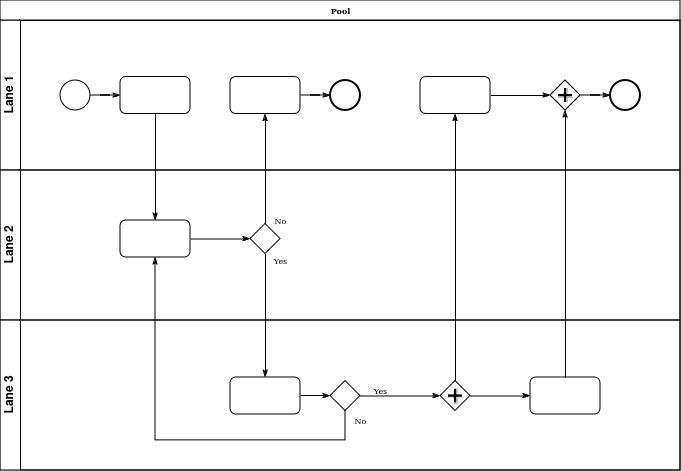
Meharaj-thoufik/Quality-Candidate-Recruit keeps this draw.io diagram as BPMN/Untitled Diagram.drawio.png. Above is the earlier version. Source tidied: cells renumbered, new cells last; positions are measured from the earlier drawing's top-left corner, leaving out a move shared by most shapes. The source it was exported from:
```xml
<mxGraphModel>
  <root>
    <mxCell id="0" />
    <mxCell id="1" parent="0" />
    <mxCell id="2" value="Pool" style="swimlane;html=1;horizontal=1;startSize=20;rounded=0;shadow=0;labelBackgroundColor=none;strokeWidth=1;fontFamily=Verdana;fontSize=8;align=center;" parent="1" vertex="1">
      <mxGeometry width="680" height="470" as="geometry" />
    </mxCell>
    <mxCell id="3" value="Lane 1" style="swimlane;html=1;startSize=20;horizontal=0;" parent="2" vertex="1">
      <mxGeometry y="20" width="680" height="150" as="geometry" />
    </mxCell>
    <mxCell id="4" style="edgeStyle=orthogonalEdgeStyle;rounded=0;html=1;labelBackgroundColor=none;startArrow=none;startFill=0;startSize=5;endArrow=classicThin;endFill=1;endSize=5;jettySize=auto;strokeWidth=1;fontFamily=Verdana;fontSize=8;" parent="3" edge="1" source="5" target="6">
      <mxGeometry relative="1" as="geometry" />
    </mxCell>
    <mxCell id="5" style="ellipse;whiteSpace=wrap;html=1;rounded=0;shadow=0;labelBackgroundColor=none;strokeWidth=1;fontFamily=Verdana;fontSize=8;align=center;" parent="3" vertex="1">
      <mxGeometry x="60" y="60" width="30" height="30" as="geometry" />
    </mxCell>
    <mxCell id="6" style="rounded=1;whiteSpace=wrap;html=1;shadow=0;labelBackgroundColor=none;strokeWidth=1;fontFamily=Verdana;fontSize=8;align=center;" parent="3" vertex="1">
      <mxGeometry x="120" y="56.5" width="70" height="37" as="geometry" />
    </mxCell>
    <mxCell id="7" style="edgeStyle=orthogonalEdgeStyle;rounded=0;html=1;labelBackgroundColor=none;startArrow=none;startFill=0;startSize=5;endArrow=classicThin;endFill=1;endSize=5;jettySize=auto;strokeWidth=1;fontFamily=Verdana;fontSize=8;" parent="3" edge="1" source="8" target="9">
      <mxGeometry relative="1" as="geometry" />
    </mxCell>
    <mxCell id="8" style="rounded=1;whiteSpace=wrap;html=1;shadow=0;labelBackgroundColor=none;strokeWidth=1;fontFamily=Verdana;fontSize=8;align=center;" parent="3" vertex="1">
      <mxGeometry x="230" y="56.5" width="70" height="37" as="geometry" />
    </mxCell>
    <mxCell id="9" style="ellipse;whiteSpace=wrap;html=1;rounded=0;shadow=0;labelBackgroundColor=none;strokeWidth=2;fontFamily=Verdana;fontSize=8;align=center;" parent="3" vertex="1">
      <mxGeometry x="330" y="60" width="30" height="30" as="geometry" />
    </mxCell>
    <mxCell id="10" style="edgeStyle=orthogonalEdgeStyle;rounded=0;html=1;entryX=0;entryY=0.5;labelBackgroundColor=none;startArrow=none;startFill=0;startSize=5;endArrow=classicThin;endFill=1;endSize=5;jettySize=auto;strokeWidth=1;fontFamily=Verdana;fontSize=8;" parent="3" edge="1" source="11" target="13">
      <mxGeometry relative="1" as="geometry" />
    </mxCell>
    <mxCell id="11" style="rounded=1;whiteSpace=wrap;html=1;shadow=0;labelBackgroundColor=none;strokeWidth=1;fontFamily=Verdana;fontSize=8;align=center;" parent="3" vertex="1">
      <mxGeometry x="420" y="56.5" width="70" height="37" as="geometry" />
    </mxCell>
    <mxCell id="12" style="edgeStyle=orthogonalEdgeStyle;rounded=0;html=1;labelBackgroundColor=none;startArrow=none;startFill=0;startSize=5;endArrow=classicThin;endFill=1;endSize=5;jettySize=auto;strokeWidth=1;fontFamily=Verdana;fontSize=8;" parent="3" edge="1" source="13" target="14">
      <mxGeometry relative="1" as="geometry" />
    </mxCell>
    <mxCell id="13" style="shape=mxgraph.bpmn.shape;html=1;verticalLabelPosition=bottom;labelBackgroundColor=#ffffff;verticalAlign=top;perimeter=rhombusPerimeter;background=gateway;outline=none;symbol=parallelGw;rounded=1;shadow=0;strokeWidth=1;fontFamily=Verdana;fontSize=8;align=center;" parent="3" vertex="1">
      <mxGeometry x="550" y="60" width="30" height="30" as="geometry" />
    </mxCell>
    <mxCell id="14" style="ellipse;whiteSpace=wrap;html=1;rounded=0;shadow=0;labelBackgroundColor=none;strokeWidth=2;fontFamily=Verdana;fontSize=8;align=center;" parent="3" vertex="1">
      <mxGeometry x="610" y="60" width="30" height="30" as="geometry" />
    </mxCell>
    <mxCell id="15" value="Lane 2" style="swimlane;html=1;startSize=20;horizontal=0;" parent="2" vertex="1">
      <mxGeometry y="170" width="680" height="150" as="geometry" />
    </mxCell>
    <mxCell id="16" style="edgeStyle=orthogonalEdgeStyle;rounded=0;html=1;labelBackgroundColor=none;startArrow=none;startFill=0;startSize=5;endArrow=classicThin;endFill=1;endSize=5;jettySize=auto;strokeWidth=1;fontFamily=Verdana;fontSize=8;" parent="15" edge="1" source="17" target="18">
      <mxGeometry relative="1" as="geometry" />
    </mxCell>
    <mxCell id="17" style="rounded=1;whiteSpace=wrap;html=1;shadow=0;labelBackgroundColor=none;strokeWidth=1;fontFamily=Verdana;fontSize=8;align=center;" parent="15" vertex="1">
      <mxGeometry x="120" y="50" width="70" height="37" as="geometry" />
    </mxCell>
    <mxCell id="18" style="strokeWidth=1;html=1;shape=mxgraph.flowchart.decision;whiteSpace=wrap;rounded=1;shadow=0;labelBackgroundColor=none;fontFamily=Verdana;fontSize=8;align=center;" parent="15" vertex="1">
      <mxGeometry x="250" y="53.5" width="30" height="30" as="geometry" />
    </mxCell>
    <mxCell id="19" value="Lane 3" style="swimlane;html=1;startSize=20;horizontal=0;" parent="2" vertex="1">
      <mxGeometry y="320" width="680" height="150" as="geometry" />
    </mxCell>
    <mxCell id="20" style="edgeStyle=orthogonalEdgeStyle;rounded=0;html=1;labelBackgroundColor=none;startArrow=none;startFill=0;startSize=5;endArrow=classicThin;endFill=1;endSize=5;jettySize=auto;strokeWidth=1;fontFamily=Verdana;fontSize=8;" parent="19" edge="1" source="21" target="23">
      <mxGeometry relative="1" as="geometry" />
    </mxCell>
    <mxCell id="21" style="rounded=1;whiteSpace=wrap;html=1;shadow=0;labelBackgroundColor=none;strokeWidth=1;fontFamily=Verdana;fontSize=8;align=center;" parent="19" vertex="1">
      <mxGeometry x="230" y="57" width="70" height="37" as="geometry" />
    </mxCell>
    <mxCell id="22" value="Yes" style="edgeStyle=orthogonalEdgeStyle;rounded=0;html=1;entryX=0;entryY=0.5;labelBackgroundColor=none;startArrow=none;startFill=0;startSize=5;endArrow=classicThin;endFill=1;endSize=5;jettySize=auto;strokeWidth=1;fontFamily=Verdana;fontSize=8;" parent="19" edge="1" source="23" target="25">
      <mxGeometry x="-0.5" y="6" relative="1" as="geometry" />
    </mxCell>
    <mxCell id="23" style="strokeWidth=1;html=1;shape=mxgraph.flowchart.decision;whiteSpace=wrap;rounded=1;shadow=0;labelBackgroundColor=none;fontFamily=Verdana;fontSize=8;align=center;" parent="19" vertex="1">
      <mxGeometry x="330" y="60.5" width="30" height="30" as="geometry" />
    </mxCell>
    <mxCell id="24" style="edgeStyle=orthogonalEdgeStyle;rounded=0;html=1;labelBackgroundColor=none;startArrow=none;startFill=0;startSize=5;endArrow=classicThin;endFill=1;endSize=5;jettySize=auto;strokeColor=#000000;strokeWidth=1;fontFamily=Verdana;fontSize=8;fontColor=#000000;" parent="19" edge="1" source="25" target="26">
      <mxGeometry relative="1" as="geometry" />
    </mxCell>
    <mxCell id="25" style="shape=mxgraph.bpmn.shape;html=1;verticalLabelPosition=bottom;labelBackgroundColor=#ffffff;verticalAlign=top;perimeter=rhombusPerimeter;background=gateway;outline=none;symbol=parallelGw;rounded=1;shadow=0;strokeWidth=1;fontFamily=Verdana;fontSize=8;align=center;" parent="19" vertex="1">
      <mxGeometry x="440" y="60.5" width="30" height="30" as="geometry" />
    </mxCell>
    <mxCell id="26" style="rounded=1;whiteSpace=wrap;html=1;shadow=0;labelBackgroundColor=none;strokeWidth=1;fontFamily=Verdana;fontSize=8;align=center;" parent="19" vertex="1">
      <mxGeometry x="530" y="57" width="70" height="37" as="geometry" />
    </mxCell>
    <mxCell id="27" style="edgeStyle=orthogonalEdgeStyle;rounded=0;html=1;labelBackgroundColor=none;startArrow=none;startFill=0;startSize=5;endArrow=classicThin;endFill=1;endSize=5;jettySize=auto;strokeWidth=1;fontFamily=Verdana;fontSize=8;" parent="2" edge="1" source="6" target="17">
      <mxGeometry relative="1" as="geometry" />
    </mxCell>
    <mxCell id="28" value="No" style="edgeStyle=orthogonalEdgeStyle;rounded=0;html=1;labelBackgroundColor=none;startArrow=none;startFill=0;startSize=5;endArrow=classicThin;endFill=1;endSize=5;jettySize=auto;strokeWidth=1;fontFamily=Verdana;fontSize=8;" parent="2" edge="1" source="18" target="8">
      <mxGeometry x="-0.94" y="-15" relative="1" as="geometry" />
    </mxCell>
    <mxCell id="29" value="Yes" style="edgeStyle=orthogonalEdgeStyle;rounded=0;html=1;labelBackgroundColor=none;startArrow=none;startFill=0;startSize=5;endArrow=classicThin;endFill=1;endSize=5;jettySize=auto;strokeWidth=1;fontFamily=Verdana;fontSize=8;" parent="2" edge="1" source="18" target="21">
      <mxGeometry x="-0.89" y="15" relative="1" as="geometry" />
    </mxCell>
    <mxCell id="30" style="edgeStyle=orthogonalEdgeStyle;rounded=0;html=1;entryX=0.5;entryY=1;labelBackgroundColor=none;startArrow=none;startFill=0;startSize=5;endArrow=classicThin;endFill=1;endSize=5;jettySize=auto;strokeWidth=1;fontFamily=Verdana;fontSize=8;" parent="2" edge="1" source="26" target="13">
      <mxGeometry relative="1" as="geometry" />
    </mxCell>
    <mxCell id="31" value="No" style="edgeStyle=orthogonalEdgeStyle;rounded=0;html=1;labelBackgroundColor=none;startArrow=none;startFill=0;startSize=5;endArrow=classicThin;endFill=1;endSize=5;jettySize=auto;strokeWidth=1;fontFamily=Verdana;fontSize=8;" parent="2" edge="1" source="23" target="17">
      <mxGeometry x="-0.95" y="15" relative="1" as="geometry">
        <Array as="points">
          <mxPoint x="345" y="440" />
          <mxPoint x="155" y="440" />
        </Array>
      </mxGeometry>
    </mxCell>
    <mxCell id="32" style="edgeStyle=orthogonalEdgeStyle;rounded=0;html=1;labelBackgroundColor=none;startArrow=none;startFill=0;startSize=5;endArrow=classicThin;endFill=1;endSize=5;jettySize=auto;strokeWidth=1;fontFamily=Verdana;fontSize=8;" parent="2" edge="1" source="25" target="11">
      <mxGeometry relative="1" as="geometry" />
    </mxCell>
  </root>
</mxGraphModel>
```
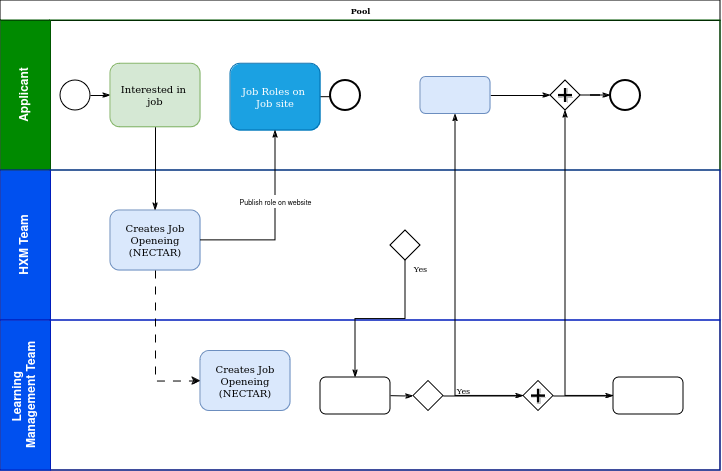
Above is the later version.

The edit, as a diff of the source:
```diff
@@ -1,12 +1,12 @@
-<mxGraphModel>
+<mxGraphModel background="#ffffff">
   <root>
     <mxCell id="0" />
     <mxCell id="1" parent="0" />
     <mxCell id="2" value="Pool" style="swimlane;html=1;horizontal=1;startSize=20;rounded=0;shadow=0;labelBackgroundColor=none;strokeWidth=1;fontFamily=Verdana;fontSize=8;align=center;" parent="1" vertex="1">
-      <mxGeometry width="680" height="470" as="geometry" />
+      <mxGeometry width="720" height="470" as="geometry" />
     </mxCell>
-    <mxCell id="3" value="Lane 1" style="swimlane;html=1;startSize=20;horizontal=0;" parent="2" vertex="1">
-      <mxGeometry y="20" width="680" height="150" as="geometry" />
+    <mxCell id="3" value="Applicant" style="swimlane;html=1;startSize=50;horizontal=0;fillColor=#008a00;fontColor=#ffffff;strokeColor=#005700;" parent="2" vertex="1">
+      <mxGeometry y="20" width="720" height="150" as="geometry" />
     </mxCell>
     <mxCell id="4" style="edgeStyle=orthogonalEdgeStyle;rounded=0;html=1;labelBackgroundColor=none;startArrow=none;startFill=0;startSize=5;endArrow=classicThin;endFill=1;endSize=5;jettySize=auto;strokeWidth=1;fontFamily=Verdana;fontSize=8;" parent="3" edge="1" source="5" target="6">
       <mxGeometry relative="1" as="geometry" />
@@ -14,14 +14,14 @@
     <mxCell id="5" style="ellipse;whiteSpace=wrap;html=1;rounded=0;shadow=0;labelBackgroundColor=none;strokeWidth=1;fontFamily=Verdana;fontSize=8;align=center;" parent="3" vertex="1">
       <mxGeometry x="60" y="60" width="30" height="30" as="geometry" />
     </mxCell>
-    <mxCell id="6" style="rounded=1;whiteSpace=wrap;html=1;shadow=0;labelBackgroundColor=none;strokeWidth=1;fontFamily=Verdana;fontSize=8;align=center;" parent="3" vertex="1">
-      <mxGeometry x="120" y="56.5" width="70" height="37" as="geometry" />
+    <mxCell id="6" value="&lt;div style=&quot;font-size: 10px;&quot;&gt;&lt;font style=&quot;font-size: 10px;&quot;&gt;Interested in&amp;nbsp;&lt;/font&gt;&lt;/div&gt;&lt;div style=&quot;font-size: 10px;&quot;&gt;&lt;font style=&quot;font-size: 10px;&quot;&gt;job&lt;/font&gt;&lt;/div&gt;" style="rounded=1;whiteSpace=wrap;html=1;shadow=0;labelBackgroundColor=none;strokeWidth=1;fontFamily=Verdana;fontSize=8;align=center;fillColor=#d5e8d4;strokeColor=#82b366;glass=0;" parent="3" vertex="1">
+      <mxGeometry x="110" y="43.2" width="90" height="63.5" as="geometry" />
     </mxCell>
     <mxCell id="7" style="edgeStyle=orthogonalEdgeStyle;rounded=0;html=1;labelBackgroundColor=none;startArrow=none;startFill=0;startSize=5;endArrow=classicThin;endFill=1;endSize=5;jettySize=auto;strokeWidth=1;fontFamily=Verdana;fontSize=8;" parent="3" edge="1" source="8" target="9">
       <mxGeometry relative="1" as="geometry" />
     </mxCell>
-    <mxCell id="8" style="rounded=1;whiteSpace=wrap;html=1;shadow=0;labelBackgroundColor=none;strokeWidth=1;fontFamily=Verdana;fontSize=8;align=center;" parent="3" vertex="1">
-      <mxGeometry x="230" y="56.5" width="70" height="37" as="geometry" />
+    <mxCell id="8" value="&lt;div style=&quot;font-size: 10px;&quot;&gt;&lt;font style=&quot;font-size: 10px;&quot;&gt;Job Roles on&amp;nbsp;&lt;/font&gt;&lt;/div&gt;&lt;div style=&quot;font-size: 10px;&quot;&gt;&lt;font style=&quot;font-size: 10px;&quot;&gt;Job site&lt;/font&gt;&lt;/div&gt;" style="rounded=1;whiteSpace=wrap;html=1;shadow=0;labelBackgroundColor=none;strokeWidth=1;fontFamily=Verdana;fontSize=8;align=center;fillColor=#1ba1e2;fontColor=#ffffff;strokeColor=#006EAF;" parent="3" vertex="1">
+      <mxGeometry x="230" y="43.2" width="90" height="66.8" as="geometry" />
     </mxCell>
     <mxCell id="9" style="ellipse;whiteSpace=wrap;html=1;rounded=0;shadow=0;labelBackgroundColor=none;strokeWidth=2;fontFamily=Verdana;fontSize=8;align=center;" parent="3" vertex="1">
       <mxGeometry x="330" y="60" width="30" height="30" as="geometry" />
@@ -29,7 +29,7 @@
     <mxCell id="10" style="edgeStyle=orthogonalEdgeStyle;rounded=0;html=1;entryX=0;entryY=0.5;labelBackgroundColor=none;startArrow=none;startFill=0;startSize=5;endArrow=classicThin;endFill=1;endSize=5;jettySize=auto;strokeWidth=1;fontFamily=Verdana;fontSize=8;" parent="3" edge="1" source="11" target="13">
       <mxGeometry relative="1" as="geometry" />
     </mxCell>
-    <mxCell id="11" style="rounded=1;whiteSpace=wrap;html=1;shadow=0;labelBackgroundColor=none;strokeWidth=1;fontFamily=Verdana;fontSize=8;align=center;" parent="3" vertex="1">
+    <mxCell id="11" style="rounded=1;whiteSpace=wrap;html=1;shadow=0;labelBackgroundColor=none;strokeWidth=1;fontFamily=Verdana;fontSize=8;align=center;fillColor=#dae8fc;strokeColor=#6c8ebf;" parent="3" vertex="1">
       <mxGeometry x="420" y="56.5" width="70" height="37" as="geometry" />
     </mxCell>
     <mxCell id="12" style="edgeStyle=orthogonalEdgeStyle;rounded=0;html=1;labelBackgroundColor=none;startArrow=none;startFill=0;startSize=5;endArrow=classicThin;endFill=1;endSize=5;jettySize=auto;strokeWidth=1;fontFamily=Verdana;fontSize=8;" parent="3" edge="1" source="13" target="14">
@@ -41,64 +41,66 @@
     <mxCell id="14" style="ellipse;whiteSpace=wrap;html=1;rounded=0;shadow=0;labelBackgroundColor=none;strokeWidth=2;fontFamily=Verdana;fontSize=8;align=center;" parent="3" vertex="1">
       <mxGeometry x="610" y="60" width="30" height="30" as="geometry" />
     </mxCell>
-    <mxCell id="15" value="Lane 2" style="swimlane;html=1;startSize=20;horizontal=0;" parent="2" vertex="1">
-      <mxGeometry y="170" width="680" height="150" as="geometry" />
+    <mxCell id="15" value="HXM Team" style="swimlane;html=1;startSize=50;horizontal=0;fillColor=#0050ef;fontColor=#ffffff;strokeColor=#001DBC;" parent="2" vertex="1">
+      <mxGeometry y="170" width="720" height="150" as="geometry" />
     </mxCell>
-    <mxCell id="16" style="edgeStyle=orthogonalEdgeStyle;rounded=0;html=1;labelBackgroundColor=none;startArrow=none;startFill=0;startSize=5;endArrow=classicThin;endFill=1;endSize=5;jettySize=auto;strokeWidth=1;fontFamily=Verdana;fontSize=8;" parent="15" edge="1" source="17" target="18">
-      <mxGeometry relative="1" as="geometry" />
-    </mxCell>
-    <mxCell id="17" style="rounded=1;whiteSpace=wrap;html=1;shadow=0;labelBackgroundColor=none;strokeWidth=1;fontFamily=Verdana;fontSize=8;align=center;" parent="15" vertex="1">
-      <mxGeometry x="120" y="50" width="70" height="37" as="geometry" />
+    <mxCell id="17" value="&lt;font size=&quot;1&quot;&gt;&lt;span&gt;Creates Job Openeing (NECTAR)&lt;/span&gt;&lt;/font&gt;" style="rounded=1;whiteSpace=wrap;html=1;shadow=0;labelBackgroundColor=none;strokeWidth=1;fontFamily=Verdana;fontSize=8;align=center;fillColor=#dae8fc;strokeColor=#6c8ebf;" parent="15" vertex="1">
+      <mxGeometry x="110" y="40" width="90" height="60" as="geometry" />
     </mxCell>
     <mxCell id="18" style="strokeWidth=1;html=1;shape=mxgraph.flowchart.decision;whiteSpace=wrap;rounded=1;shadow=0;labelBackgroundColor=none;fontFamily=Verdana;fontSize=8;align=center;" parent="15" vertex="1">
-      <mxGeometry x="250" y="53.5" width="30" height="30" as="geometry" />
+      <mxGeometry x="390" y="60" width="30" height="30" as="geometry" />
     </mxCell>
-    <mxCell id="19" value="Lane 3" style="swimlane;html=1;startSize=20;horizontal=0;" parent="2" vertex="1">
-      <mxGeometry y="320" width="680" height="150" as="geometry" />
+    <mxCell id="19" value="&lt;div&gt;Learning&amp;nbsp;&lt;/div&gt;&lt;div&gt;Management Team&lt;br&gt;&lt;/div&gt;" style="swimlane;html=1;startSize=50;horizontal=0;fillColor=#0050ef;fontColor=#ffffff;strokeColor=#001DBC;" parent="2" vertex="1">
+      <mxGeometry y="320" width="720" height="150" as="geometry" />
     </mxCell>
-    <mxCell id="20" style="edgeStyle=orthogonalEdgeStyle;rounded=0;html=1;labelBackgroundColor=none;startArrow=none;startFill=0;startSize=5;endArrow=classicThin;endFill=1;endSize=5;jettySize=auto;strokeWidth=1;fontFamily=Verdana;fontSize=8;" parent="19" edge="1" source="21" target="23">
-      <mxGeometry relative="1" as="geometry" />
+    <mxCell id="20" style="edgeStyle=orthogonalEdgeStyle;rounded=0;html=1;labelBackgroundColor=none;startArrow=none;startFill=0;startSize=5;endArrow=classicThin;endFill=1;endSize=5;jettySize=auto;strokeWidth=1;fontFamily=Verdana;fontSize=8;" parent="19" edge="1" target="23">
+      <mxGeometry relative="1" as="geometry">
+        <mxPoint x="383" y="75.5" as="sourcePoint" />
+      </mxGeometry>
     </mxCell>
     <mxCell id="21" style="rounded=1;whiteSpace=wrap;html=1;shadow=0;labelBackgroundColor=none;strokeWidth=1;fontFamily=Verdana;fontSize=8;align=center;" parent="19" vertex="1">
-      <mxGeometry x="230" y="57" width="70" height="37" as="geometry" />
+      <mxGeometry x="320" y="57" width="70" height="37" as="geometry" />
     </mxCell>
     <mxCell id="22" value="Yes" style="edgeStyle=orthogonalEdgeStyle;rounded=0;html=1;entryX=0;entryY=0.5;labelBackgroundColor=none;startArrow=none;startFill=0;startSize=5;endArrow=classicThin;endFill=1;endSize=5;jettySize=auto;strokeWidth=1;fontFamily=Verdana;fontSize=8;" parent="19" edge="1" source="23" target="25">
       <mxGeometry x="-0.5" y="6" relative="1" as="geometry" />
     </mxCell>
     <mxCell id="23" style="strokeWidth=1;html=1;shape=mxgraph.flowchart.decision;whiteSpace=wrap;rounded=1;shadow=0;labelBackgroundColor=none;fontFamily=Verdana;fontSize=8;align=center;" parent="19" vertex="1">
-      <mxGeometry x="330" y="60.5" width="30" height="30" as="geometry" />
+      <mxGeometry x="413" y="60.5" width="30" height="30" as="geometry" />
     </mxCell>
     <mxCell id="24" style="edgeStyle=orthogonalEdgeStyle;rounded=0;html=1;labelBackgroundColor=none;startArrow=none;startFill=0;startSize=5;endArrow=classicThin;endFill=1;endSize=5;jettySize=auto;strokeColor=#000000;strokeWidth=1;fontFamily=Verdana;fontSize=8;fontColor=#000000;" parent="19" edge="1" source="25" target="26">
       <mxGeometry relative="1" as="geometry" />
     </mxCell>
     <mxCell id="25" style="shape=mxgraph.bpmn.shape;html=1;verticalLabelPosition=bottom;labelBackgroundColor=#ffffff;verticalAlign=top;perimeter=rhombusPerimeter;background=gateway;outline=none;symbol=parallelGw;rounded=1;shadow=0;strokeWidth=1;fontFamily=Verdana;fontSize=8;align=center;" parent="19" vertex="1">
-      <mxGeometry x="440" y="60.5" width="30" height="30" as="geometry" />
+      <mxGeometry x="523" y="60.5" width="30" height="30" as="geometry" />
     </mxCell>
     <mxCell id="26" style="rounded=1;whiteSpace=wrap;html=1;shadow=0;labelBackgroundColor=none;strokeWidth=1;fontFamily=Verdana;fontSize=8;align=center;" parent="19" vertex="1">
-      <mxGeometry x="530" y="57" width="70" height="37" as="geometry" />
+      <mxGeometry x="613" y="57" width="70" height="37" as="geometry" />
     </mxCell>
+    <mxCell id="33" value="&lt;font size=&quot;1&quot;&gt;&lt;span&gt;Creates Job Openeing (NECTAR)&lt;/span&gt;&lt;/font&gt;" style="rounded=1;whiteSpace=wrap;html=1;shadow=0;labelBackgroundColor=none;strokeWidth=1;fontFamily=Verdana;fontSize=8;align=center;fillColor=#dae8fc;strokeColor=#6c8ebf;" parent="19" vertex="1">
+      <mxGeometry x="200" y="30.5" width="90" height="60" as="geometry" />
+    </mxCell>
     <mxCell id="27" style="edgeStyle=orthogonalEdgeStyle;rounded=0;html=1;labelBackgroundColor=none;startArrow=none;startFill=0;startSize=5;endArrow=classicThin;endFill=1;endSize=5;jettySize=auto;strokeWidth=1;fontFamily=Verdana;fontSize=8;" parent="2" edge="1" source="6" target="17">
       <mxGeometry relative="1" as="geometry" />
     </mxCell>
-    <mxCell id="28" value="No" style="edgeStyle=orthogonalEdgeStyle;rounded=0;html=1;labelBackgroundColor=none;startArrow=none;startFill=0;startSize=5;endArrow=classicThin;endFill=1;endSize=5;jettySize=auto;strokeWidth=1;fontFamily=Verdana;fontSize=8;" parent="2" edge="1" source="18" target="8">
-      <mxGeometry x="-0.94" y="-15" relative="1" as="geometry" />
-    </mxCell>
     <mxCell id="29" value="Yes" style="edgeStyle=orthogonalEdgeStyle;rounded=0;html=1;labelBackgroundColor=none;startArrow=none;startFill=0;startSize=5;endArrow=classicThin;endFill=1;endSize=5;jettySize=auto;strokeWidth=1;fontFamily=Verdana;fontSize=8;" parent="2" edge="1" source="18" target="21">
       <mxGeometry x="-0.89" y="15" relative="1" as="geometry" />
     </mxCell>
     <mxCell id="30" style="edgeStyle=orthogonalEdgeStyle;rounded=0;html=1;entryX=0.5;entryY=1;labelBackgroundColor=none;startArrow=none;startFill=0;startSize=5;endArrow=classicThin;endFill=1;endSize=5;jettySize=auto;strokeWidth=1;fontFamily=Verdana;fontSize=8;" parent="2" edge="1" source="26" target="13">
       <mxGeometry relative="1" as="geometry" />
     </mxCell>
-    <mxCell id="31" value="No" style="edgeStyle=orthogonalEdgeStyle;rounded=0;html=1;labelBackgroundColor=none;startArrow=none;startFill=0;startSize=5;endArrow=classicThin;endFill=1;endSize=5;jettySize=auto;strokeWidth=1;fontFamily=Verdana;fontSize=8;" parent="2" edge="1" source="23" target="17">
-      <mxGeometry x="-0.95" y="15" relative="1" as="geometry">
-        <Array as="points">
-          <mxPoint x="345" y="440" />
-          <mxPoint x="155" y="440" />
-        </Array>
-      </mxGeometry>
-    </mxCell>
     <mxCell id="32" style="edgeStyle=orthogonalEdgeStyle;rounded=0;html=1;labelBackgroundColor=none;startArrow=none;startFill=0;startSize=5;endArrow=classicThin;endFill=1;endSize=5;jettySize=auto;strokeWidth=1;fontFamily=Verdana;fontSize=8;" parent="2" edge="1" source="25" target="11">
       <mxGeometry relative="1" as="geometry" />
     </mxCell>
+    <mxCell id="34" style="edgeStyle=orthogonalEdgeStyle;rounded=0;jettySize=auto;html=1;exitX=0.5;exitY=1;exitDx=0;exitDy=0;entryX=0;entryY=0.5;entryDx=0;entryDy=0;dashed=1;dashPattern=8 8;" parent="2" edge="1" source="17" target="33">
+      <mxGeometry relative="1" as="geometry" />
+    </mxCell>
+    <mxCell id="16" style="edgeStyle=orthogonalEdgeStyle;rounded=0;html=1;labelBackgroundColor=none;startArrow=none;startFill=0;startSize=5;endArrow=classicThin;endFill=1;endSize=5;jettySize=auto;strokeWidth=1;fontFamily=Verdana;fontSize=8;entryX=0.5;entryY=1;entryDx=0;entryDy=0;" parent="2" edge="1" source="17" target="8">
+      <mxGeometry relative="1" as="geometry" />
+    </mxCell>
+    <mxCell id="35" value="&lt;font style=&quot;font-size: 7px;&quot;&gt;Publish role on website&lt;br&gt;&lt;/font&gt;" style="edgeLabel;html=1;align=center;verticalAlign=middle;" parent="16" vertex="1">
+      <mxGeometry x="-0.09" y="1" relative="1" as="geometry">
+        <mxPoint x="1" y="-31" as="offset" />
+      </mxGeometry>
+    </mxCell>
   </root>
 </mxGraphModel>
```
